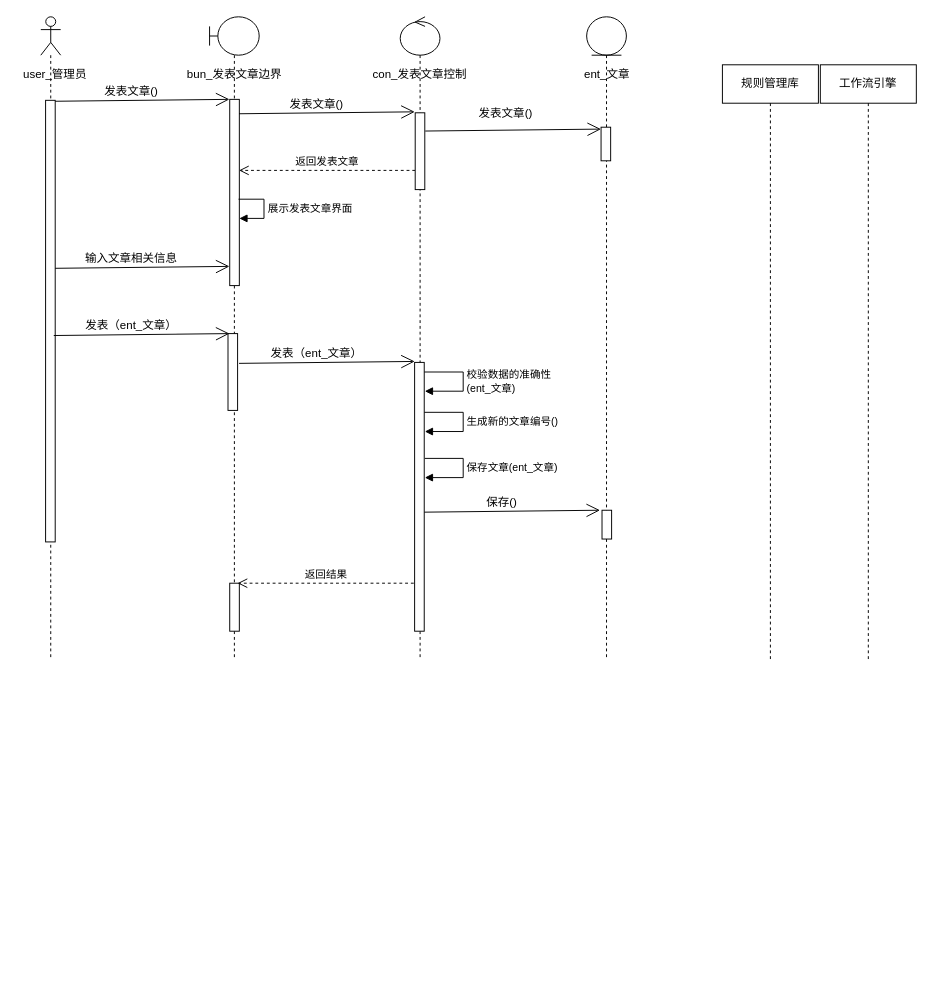
Before: pet/uml/系统分析与设计/系统实现用例-发表文章-时序图.drawio in JMHello/draw, a draw.io diagram. Source tidied: cells renumbered, new cells numbered last; positions are measured from the earlier drawing's top-left corner, leaving out a move shared by most shapes. Both pictures are drawn from the tidied source at 96%, with x=0, y=0 at pixel (16, 16).
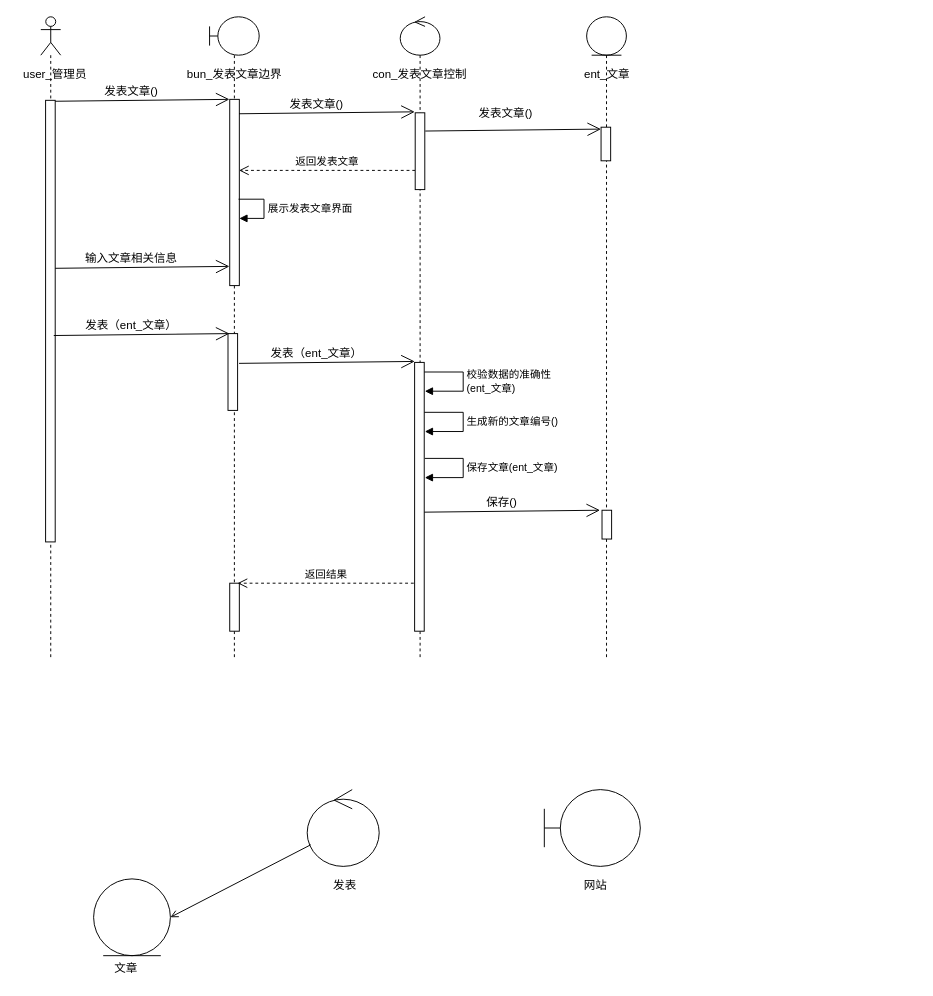
The same page after the edit.

Commit message:
Update 系统实现用例-发表文章-时序图.drawio

Diff of the diagram source:
```diff
@@
+    <mxCell id="50" style="group;" parent="1" vertex="1">
+      <mxGeometry x="302.5" y="805" width="75" height="110" as="geometry" />
+    </mxCell>
+    <mxCell id="51" style="ellipse;shape=umlControl;whiteSpace=wrap;html=1;" parent="50" vertex="1">
+      <mxGeometry width="75" height="80" as="geometry" />
+    </mxCell>
+    <mxCell id="52" value="发表" style="text;html=1;align=left;verticalAlign=top;spacingTop=-4;" parent="50" vertex="1">
+      <mxGeometry x="25" y="90" width="40" height="20" as="geometry" />
+    </mxCell>
+    <mxCell id="53" style="group;" parent="1" vertex="1">
+      <mxGeometry x="549.5" y="805" width="100" height="110" as="geometry" />
+    </mxCell>
+    <mxCell id="54" style="shape=umlBoundary;whiteSpace=wrap;html=1;" parent="53" vertex="1">
+      <mxGeometry width="100" height="80" as="geometry" />
+    </mxCell>
+    <mxCell id="55" value="网站" style="text;html=1;align=left;verticalAlign=top;spacingTop=-4;" parent="53" vertex="1">
+      <mxGeometry x="39" y="90" width="40" height="20" as="geometry" />
+    </mxCell>
+    <mxCell id="56" style="group;" parent="1" vertex="1">
+      <mxGeometry x="80" y="898" width="80" height="104" as="geometry" />
+    </mxCell>
+    <mxCell id="57" style="ellipse;shape=umlEntity;whiteSpace=wrap;html=1;" parent="56" vertex="1">
+      <mxGeometry width="80" height="80" as="geometry" />
+    </mxCell>
+    <mxCell id="58" value="文章" style="text;html=1;align=left;verticalAlign=top;spacingTop=-4;" parent="56" vertex="1">
+      <mxGeometry x="20" y="84" width="40" height="20" as="geometry" />
+    </mxCell>
+    <mxCell id="59" style="rounded=0;jettySize=auto;html=1;entryX=1;entryY=0.5;entryDx=0;entryDy=0;endArrow=open;endFill=0;" parent="1" edge="1" source="51" target="57">
+      <mxGeometry relative="1" as="geometry" />
+    </mxCell>
@@
-    <mxCell id="43" value="规则管理库" style="shape=umlLifeline;perimeter=lifelinePerimeter;whiteSpace=wrap;html=1;" parent="1" vertex="1">
-      <mxGeometry x="735" y="50" width="100" height="620" as="geometry" />
-    </mxCell>
-    <mxCell id="44" value="工作流引擎" style="shape=umlLifeline;perimeter=lifelinePerimeter;whiteSpace=wrap;html=1;" parent="1" vertex="1">
-      <mxGeometry x="837" y="50" width="100" height="620" as="geometry" />
-    </mxCell>
```
